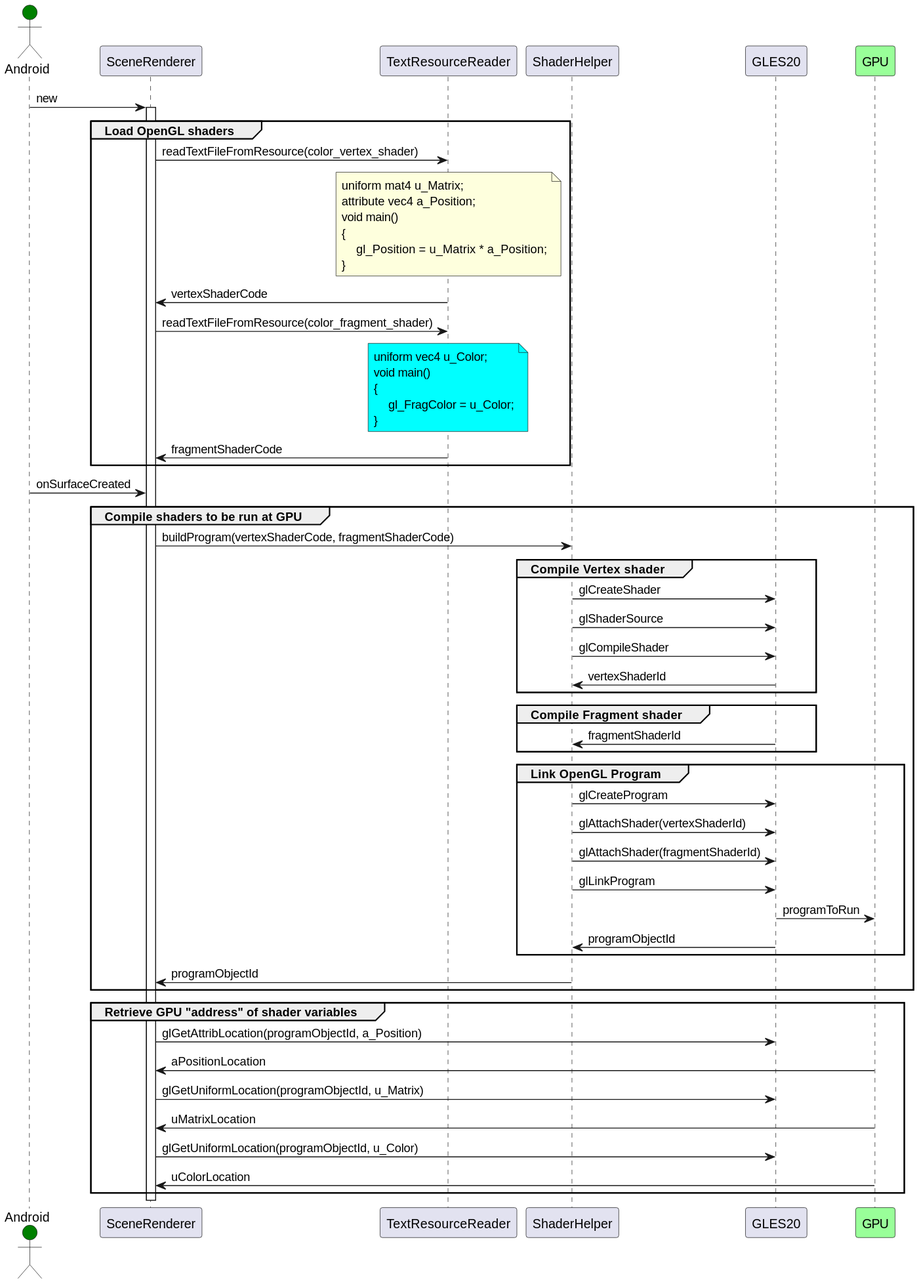
Above: ilustracje/uml_sequence_shaders.svg in bogumil-latuszek/virtual_gallery_3D (PlantUML), before the change.
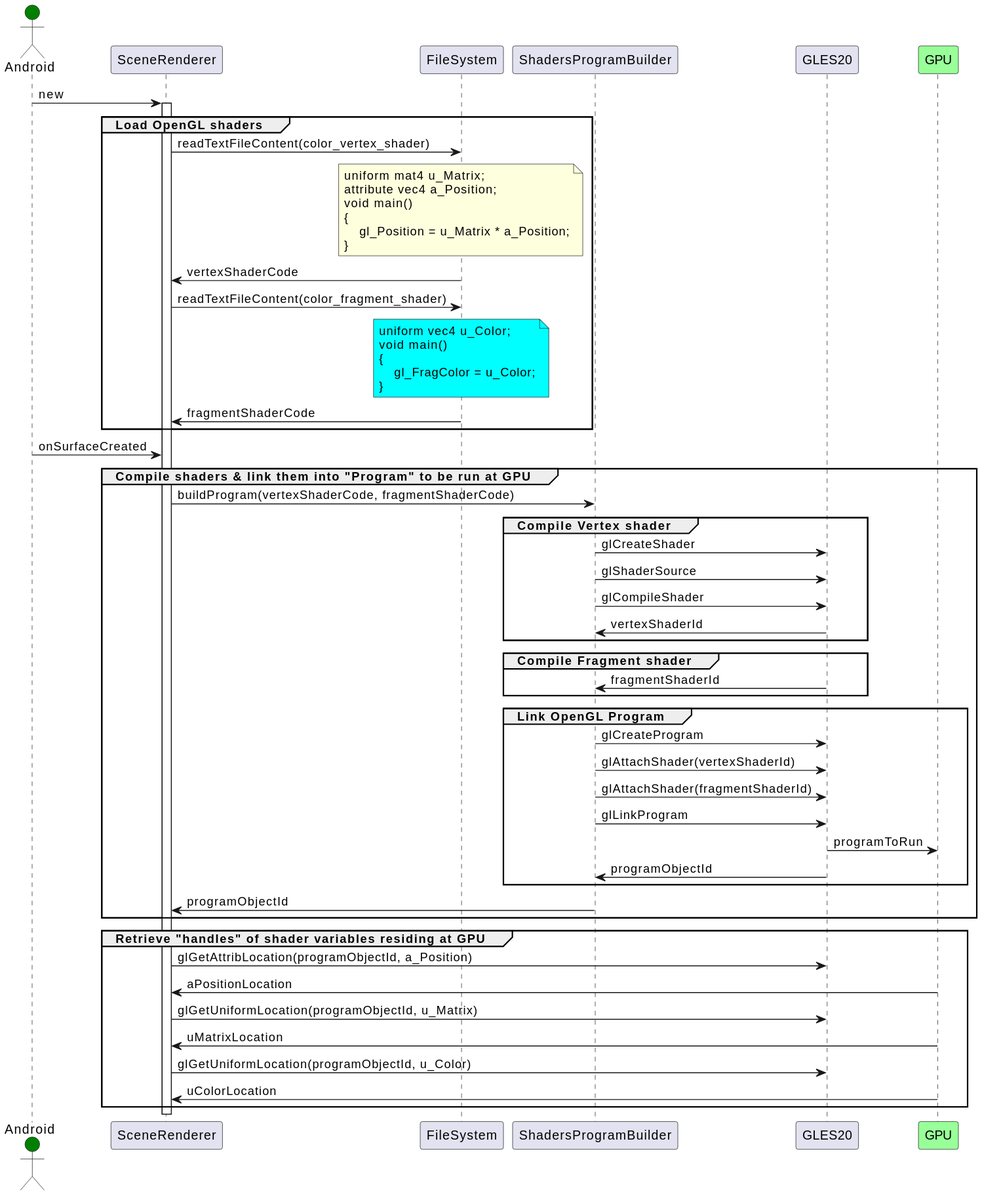
The same file after the commit.

Commit message:
regeneracja SVG diagramów UML użytych w pracy ze zmienionych plików .puml

Diff of the diagram source:
```diff
@@ -1,11 +1,11 @@
 @startuml
 actor       Android       as Android1 #green
 
-Android1 -> MyGLRenderer: new
-activate MyGLRenderer
+Android1 -> SceneRenderer: new
+activate SceneRenderer
 group Load OpenGL shaders
-MyGLRenderer -> TextResourceReader: readTextFileFromResource(color_vertex_shader)
-note over TextResourceReader
+SceneRenderer -> FileSystem: readTextFileContent(color_vertex_shader)
+note over FileSystem
 uniform mat4 u_Matrix;
 attribute vec4 a_Position;
 void main()
@@ -13,56 +13,56 @@
     gl_Position = u_Matrix * a_Position;
 }
 end note
-TextResourceReader -> MyGLRenderer: vertexShaderCode
-MyGLRenderer -> TextResourceReader: readTextFileFromResource(color_fragment_shader)
-note over TextResourceReader #aqua
+FileSystem -> SceneRenderer: vertexShaderCode
+SceneRenderer -> FileSystem: readTextFileContent(color_fragment_shader)
+note over FileSystem #aqua
 uniform vec4 u_Color;
 void main()
 {
     gl_FragColor = u_Color;
 }
 end note
-TextResourceReader -> MyGLRenderer: fragmentShaderCode
+FileSystem -> SceneRenderer: fragmentShaderCode
 
 end
 
-Android1 -> MyGLRenderer: onSurfaceCreated
+Android1 -> SceneRenderer: onSurfaceCreated
 
-group Compile shaders to be run at GPU
-MyGLRenderer -> ShaderHelper: buildProgram(vertexShaderCode, fragmentShaderCode)
+group Compile shaders & link them into "Program" to be run at GPU
+SceneRenderer -> ShadersProgramBuilder: buildProgram(vertexShaderCode, fragmentShaderCode)
 
 group Compile Vertex shader
-ShaderHelper -> GLES20: glCreateShader
-ShaderHelper -> GLES20: glShaderSource
-ShaderHelper -> GLES20: glCompileShader
-GLES20 -> ShaderHelper: vertexShaderId
+ShadersProgramBuilder -> GLES20: glCreateShader
+ShadersProgramBuilder -> GLES20: glShaderSource
+ShadersProgramBuilder -> GLES20: glCompileShader
+GLES20 -> ShadersProgramBuilder: vertexShaderId
 end
 group Compile Fragment shader
-GLES20 -> ShaderHelper: fragmentShaderId
+GLES20 -> ShadersProgramBuilder: fragmentShaderId
 end
 
 group Link OpenGL Program
-ShaderHelper -> GLES20: glCreateProgram
-ShaderHelper -> GLES20: glAttachShader(vertexShaderId)
-ShaderHelper -> GLES20: glAttachShader(fragmentShaderId)
-ShaderHelper -> GLES20: glLinkProgram
+ShadersProgramBuilder -> GLES20: glCreateProgram
+ShadersProgramBuilder -> GLES20: glAttachShader(vertexShaderId)
+ShadersProgramBuilder -> GLES20: glAttachShader(fragmentShaderId)
+ShadersProgramBuilder -> GLES20: glLinkProgram
 participant GPU as GPU #99FF99
 GLES20 -> GPU: programToRun
-GLES20 -> ShaderHelper: programObjectId
+GLES20 -> ShadersProgramBuilder: programObjectId
 end
 
-ShaderHelper -> MyGLRenderer: programObjectId
+ShadersProgramBuilder -> SceneRenderer: programObjectId
 
 end
 
-group Retrieve GPU "address" of shader variables
+group Retrieve "handles" of shader variables residing at GPU
 
-MyGLRenderer -> GLES20: glGetAttribLocation(programObjectId, a_Position)
-GPU -> MyGLRenderer: aPositionLocation
-MyGLRenderer -> GLES20: glGetUniformLocation(programObjectId, u_Matrix)
-GPU -> MyGLRenderer: uMatrixLocation
+SceneRenderer -> GLES20: glGetAttribLocation(programObjectId, a_Position)
+GPU -> SceneRenderer: aPositionLocation
+SceneRenderer -> GLES20: glGetUniformLocation(programObjectId, u_Matrix)
+GPU -> SceneRenderer: uMatrixLocation
 
-MyGLRenderer -> GLES20: glGetUniformLocation(programObjectId, u_Color)
-GPU -> MyGLRenderer: uColorLocation
+SceneRenderer -> GLES20: glGetUniformLocation(programObjectId, u_Color)
+GPU -> SceneRenderer: uColorLocation
 end
 @enduml
```
